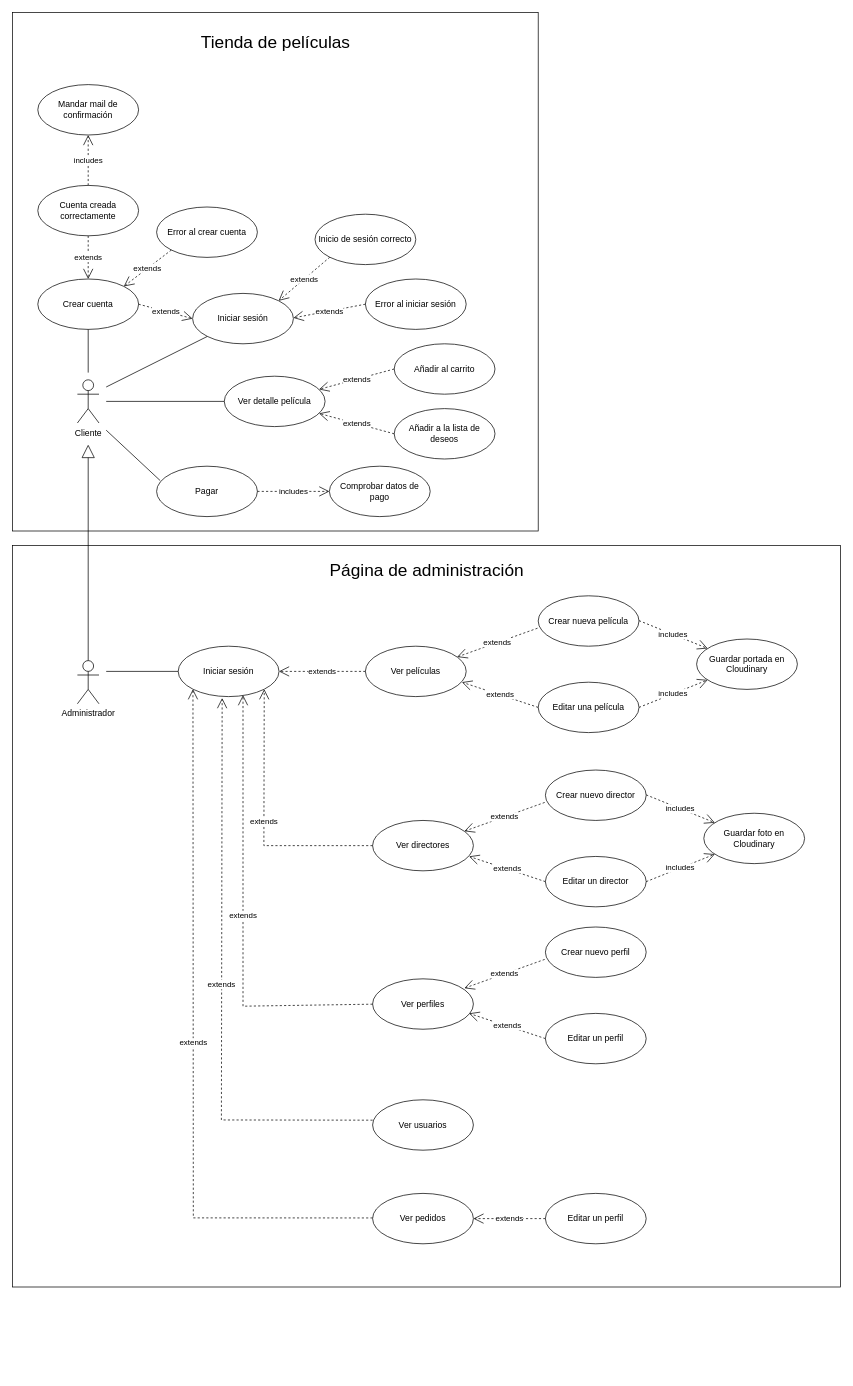
This is Documentación/1. Diagramas/3. Diagrama de casos de uso/Casos de uso.drawio from diegogmino/FinDeCicloDGM-DAW, a draw.io file, before an edit. Source tidied: cells renumbered, new cells numbered last; positions are measured from the earlier drawing's top-left corner, leaving out a move shared by most shapes. Both pictures are drawn from the tidied source at 72%, with x=0, y=0 at pixel (12, 12).
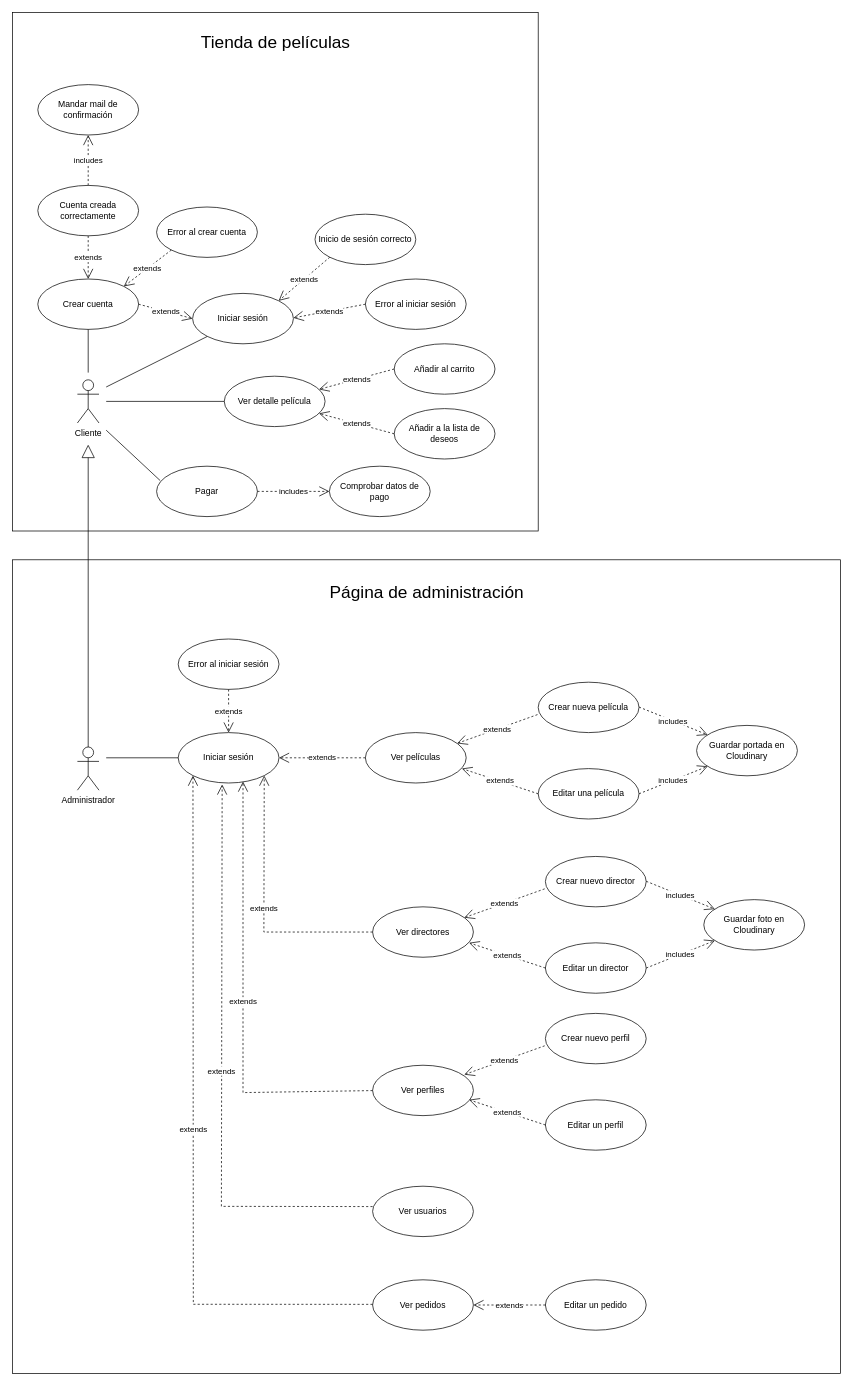
The same diagram, later.

Commit message (it also covers changes not shown here):
Diagrama de casos de uso corregido

What changed in the source:
```diff
@@
     <mxCell id="2" style="rounded=0;whiteSpace=wrap;html=1;" parent="1" vertex="1">
-      <mxGeometry y="740" width="1150" height="1030" as="geometry" />
+      <mxGeometry y="760" width="1150" height="1130" as="geometry" />
     </mxCell>
@@
     <mxCell id="5" value="Administrador" style="shape=umlActor;verticalLabelPosition=bottom;verticalAlign=top;html=1;" parent="1" vertex="1">
-      <mxGeometry x="90" y="900" width="30" height="60" as="geometry" />
+      <mxGeometry x="90" y="1020" width="30" height="60" as="geometry" />
     </mxCell>
@@
     <mxCell id="20" value="Iniciar sesión" style="ellipse;whiteSpace=wrap;html=1;" parent="1" vertex="1">
-      <mxGeometry x="230" y="880" width="140" height="70" as="geometry" />
+      <mxGeometry x="230" y="1000" width="140" height="70" as="geometry" />
     </mxCell>
     <mxCell id="21" style="endArrow=none;html=1;rounded=0;entryX=0;entryY=0.5;entryDx=0;entryDy=0;" parent="1" edge="1" target="20">
       <mxGeometry relative="1" as="geometry">
-        <mxPoint x="130" y="915" as="sourcePoint" />
+        <mxPoint x="130" y="1035" as="sourcePoint" />
       </mxGeometry>
     </mxCell>
     <mxCell id="22" value="Ver películas" style="ellipse;whiteSpace=wrap;html=1;" parent="1" vertex="1">
-      <mxGeometry x="490" y="880" width="140" height="70" as="geometry" />
+      <mxGeometry x="490" y="1000" width="140" height="70" as="geometry" />
     </mxCell>
     <mxCell id="23" value="Crear nueva película" style="ellipse;whiteSpace=wrap;html=1;" parent="1" vertex="1">
-      <mxGeometry x="730" y="810" width="140" height="70" as="geometry" />
+      <mxGeometry x="730" y="930" width="140" height="70" as="geometry" />
     </mxCell>
     <mxCell id="24" value="Editar una película" style="ellipse;whiteSpace=wrap;html=1;" parent="1" vertex="1">
-      <mxGeometry x="730" y="930" width="140" height="70" as="geometry" />
+      <mxGeometry x="730" y="1050" width="140" height="70" as="geometry" />
     </mxCell>
@@
     <mxCell id="27" value="Guardar portada en Cloudinary" style="ellipse;whiteSpace=wrap;html=1;" parent="1" vertex="1">
-      <mxGeometry x="950" y="870" width="140" height="70" as="geometry" />
+      <mxGeometry x="950" y="990" width="140" height="70" as="geometry" />
     </mxCell>
     <mxCell id="28" value="includes" style="endArrow=open;endSize=12;dashed=1;html=1;rounded=0;exitX=1;exitY=0.5;exitDx=0;exitDy=0;" parent="1" edge="1" target="27">
       <mxGeometry relative="1" as="geometry">
-        <mxPoint x="870" y="844.5" as="sourcePoint" />
+        <mxPoint x="870" y="964.5" as="sourcePoint" />
       </mxGeometry>
     </mxCell>
@@
     <mxCell id="31" value="Ver directores" style="ellipse;whiteSpace=wrap;html=1;" parent="1" vertex="1">
-      <mxGeometry x="500" y="1122" width="140" height="70" as="geometry" />
+      <mxGeometry x="500" y="1242" width="140" height="70" as="geometry" />
     </mxCell>
     <mxCell id="32" value="Crear nuevo director" style="ellipse;whiteSpace=wrap;html=1;" parent="1" vertex="1">
-      <mxGeometry x="740" y="1052" width="140" height="70" as="geometry" />
+      <mxGeometry x="740" y="1172" width="140" height="70" as="geometry" />
     </mxCell>
     <mxCell id="33" value="Editar un director" style="ellipse;whiteSpace=wrap;html=1;" parent="1" vertex="1">
-      <mxGeometry x="740" y="1172" width="140" height="70" as="geometry" />
+      <mxGeometry x="740" y="1292" width="140" height="70" as="geometry" />
     </mxCell>
@@
     <mxCell id="36" value="Guardar foto en Cloudinary" style="ellipse;whiteSpace=wrap;html=1;" parent="1" vertex="1">
-      <mxGeometry x="960" y="1112" width="140" height="70" as="geometry" />
+      <mxGeometry x="960" y="1232" width="140" height="70" as="geometry" />
     </mxCell>
     <mxCell id="37" value="includes" style="endArrow=open;endSize=12;dashed=1;html=1;rounded=0;exitX=1;exitY=0.5;exitDx=0;exitDy=0;" parent="1" edge="1" target="36">
       <mxGeometry relative="1" as="geometry">
-        <mxPoint x="880" y="1086.5" as="sourcePoint" />
+        <mxPoint x="880" y="1206.5" as="sourcePoint" />
       </mxGeometry>
     </mxCell>
@@
     <mxCell id="39" value="extends" style="endArrow=open;endSize=12;dashed=1;html=1;rounded=0;exitX=0;exitY=0.5;exitDx=0;exitDy=0;entryX=1;entryY=1;entryDx=0;entryDy=0;" parent="1" edge="1" source="31" target="20">
       <mxGeometry relative="1" as="geometry">
         <Array as="points">
-          <mxPoint x="349" y="1157" />
+          <mxPoint x="349" y="1277" />
         </Array>
       </mxGeometry>
     </mxCell>
     <mxCell id="40" value="Ver perfiles" style="ellipse;whiteSpace=wrap;html=1;" parent="1" vertex="1">
-      <mxGeometry x="500" y="1342" width="140" height="70" as="geometry" />
+      <mxGeometry x="500" y="1462" width="140" height="70" as="geometry" />
     </mxCell>
     <mxCell id="41" value="Ver usuarios" style="ellipse;whiteSpace=wrap;html=1;" parent="1" vertex="1">
-      <mxGeometry x="500" y="1510" width="140" height="70" as="geometry" />
+      <mxGeometry x="500" y="1630" width="140" height="70" as="geometry" />
     </mxCell>
     <mxCell id="42" value="Ver pedidos" style="ellipse;whiteSpace=wrap;html=1;" parent="1" vertex="1">
-      <mxGeometry x="500" y="1640" width="140" height="70" as="geometry" />
+      <mxGeometry x="500" y="1760" width="140" height="70" as="geometry" />
     </mxCell>
     <mxCell id="43" value="Crear nuevo perfil" style="ellipse;whiteSpace=wrap;html=1;" parent="1" vertex="1">
-      <mxGeometry x="740" y="1270" width="140" height="70" as="geometry" />
+      <mxGeometry x="740" y="1390" width="140" height="70" as="geometry" />
     </mxCell>
     <mxCell id="44" value="Editar un perfil" style="ellipse;whiteSpace=wrap;html=1;" parent="1" vertex="1">
-      <mxGeometry x="740" y="1390" width="140" height="70" as="geometry" />
+      <mxGeometry x="740" y="1510" width="140" height="70" as="geometry" />
     </mxCell>
     <mxCell id="45" value="extends" style="endArrow=open;endSize=12;dashed=1;html=1;rounded=0;exitX=-0.007;exitY=0.643;exitDx=0;exitDy=0;exitPerimeter=0;" parent="1" edge="1" source="43">
       <mxGeometry relative="1" as="geometry">
-        <mxPoint x="627.4" y="1355" as="targetPoint" />
+        <mxPoint x="627.4" y="1475" as="targetPoint" />
       </mxGeometry>
     </mxCell>
     <mxCell id="46" value="extends" style="endArrow=open;endSize=12;dashed=1;html=1;rounded=0;exitX=0;exitY=0.5;exitDx=0;exitDy=0;entryX=0.957;entryY=0.714;entryDx=0;entryDy=0;entryPerimeter=0;" parent="1" edge="1" source="44">
       <mxGeometry relative="1" as="geometry">
-        <mxPoint x="634" y="1390" as="targetPoint" />
+        <mxPoint x="634" y="1510" as="targetPoint" />
       </mxGeometry>
     </mxCell>
-    <mxCell id="47" value="Editar un perfil" style="ellipse;whiteSpace=wrap;html=1;" parent="1" vertex="1">
-      <mxGeometry x="740" y="1640" width="140" height="70" as="geometry" />
+    <mxCell id="47" value="Editar un pedido" style="ellipse;whiteSpace=wrap;html=1;" parent="1" vertex="1">
+      <mxGeometry x="740" y="1760" width="140" height="70" as="geometry" />
     </mxCell>
@@
     <mxCell id="49" value="extends" style="endArrow=open;endSize=12;dashed=1;html=1;rounded=0;exitX=0;exitY=0.5;exitDx=0;exitDy=0;entryX=0.643;entryY=0.971;entryDx=0;entryDy=0;entryPerimeter=0;" parent="1" edge="1" target="20">
       <mxGeometry relative="1" as="geometry">
-        <mxPoint x="500" y="1377.2" as="sourcePoint" />
+        <mxPoint x="500" y="1497.2" as="sourcePoint" />
         <Array as="points">
-          <mxPoint x="320" y="1380" />
+          <mxPoint x="320" y="1500" />
         </Array>
       </mxGeometry>
     </mxCell>
     <mxCell id="50" value="extends" style="endArrow=open;endSize=12;dashed=1;html=1;rounded=0;exitX=0;exitY=0.5;exitDx=0;exitDy=0;entryX=0.436;entryY=1.029;entryDx=0;entryDy=0;entryPerimeter=0;" parent="1" edge="1" target="20">
       <mxGeometry relative="1" as="geometry">
-        <mxPoint x="500" y="1538.3" as="sourcePoint" />
+        <mxPoint x="500" y="1658.3" as="sourcePoint" />
         <Array as="points">
-          <mxPoint x="290" y="1538" />
+          <mxPoint x="290" y="1658" />
         </Array>
       </mxGeometry>
     </mxCell>
     <mxCell id="51" value="extends" style="endArrow=open;endSize=12;dashed=1;html=1;rounded=0;exitX=0;exitY=0.5;exitDx=0;exitDy=0;entryX=0;entryY=1;entryDx=0;entryDy=0;" parent="1" edge="1" target="20">
       <mxGeometry relative="1" as="geometry">
-        <mxPoint x="500" y="1674.1" as="sourcePoint" />
+        <mxPoint x="500" y="1794.1" as="sourcePoint" />
         <Array as="points">
-          <mxPoint x="251" y="1674" />
+          <mxPoint x="251" y="1794" />
         </Array>
       </mxGeometry>
     </mxCell>
@@
     <mxCell id="53" value="&lt;font style=&quot;font-size: 24px;&quot;&gt;Página de administración&lt;/font&gt;" style="text;html=1;strokeColor=none;fillColor=none;align=center;verticalAlign=middle;whiteSpace=wrap;rounded=0;" parent="1" vertex="1">
-      <mxGeometry x="413.8" y="760" width="322.5" height="30" as="geometry" />
+      <mxGeometry x="413.8" y="790" width="322.5" height="30" as="geometry" />
     </mxCell>
@@
+    <mxCell id="66" value="Error al iniciar sesión" style="ellipse;whiteSpace=wrap;html=1;" parent="1" vertex="1">
+      <mxGeometry x="230" y="870" width="140" height="70" as="geometry" />
+    </mxCell>
+    <mxCell id="67" value="extends" style="endArrow=open;endSize=12;dashed=1;html=1;rounded=0;exitX=0.5;exitY=1;exitDx=0;exitDy=0;" parent="1" edge="1" source="66" target="20">
+      <mxGeometry relative="1" as="geometry" />
+    </mxCell>
```
